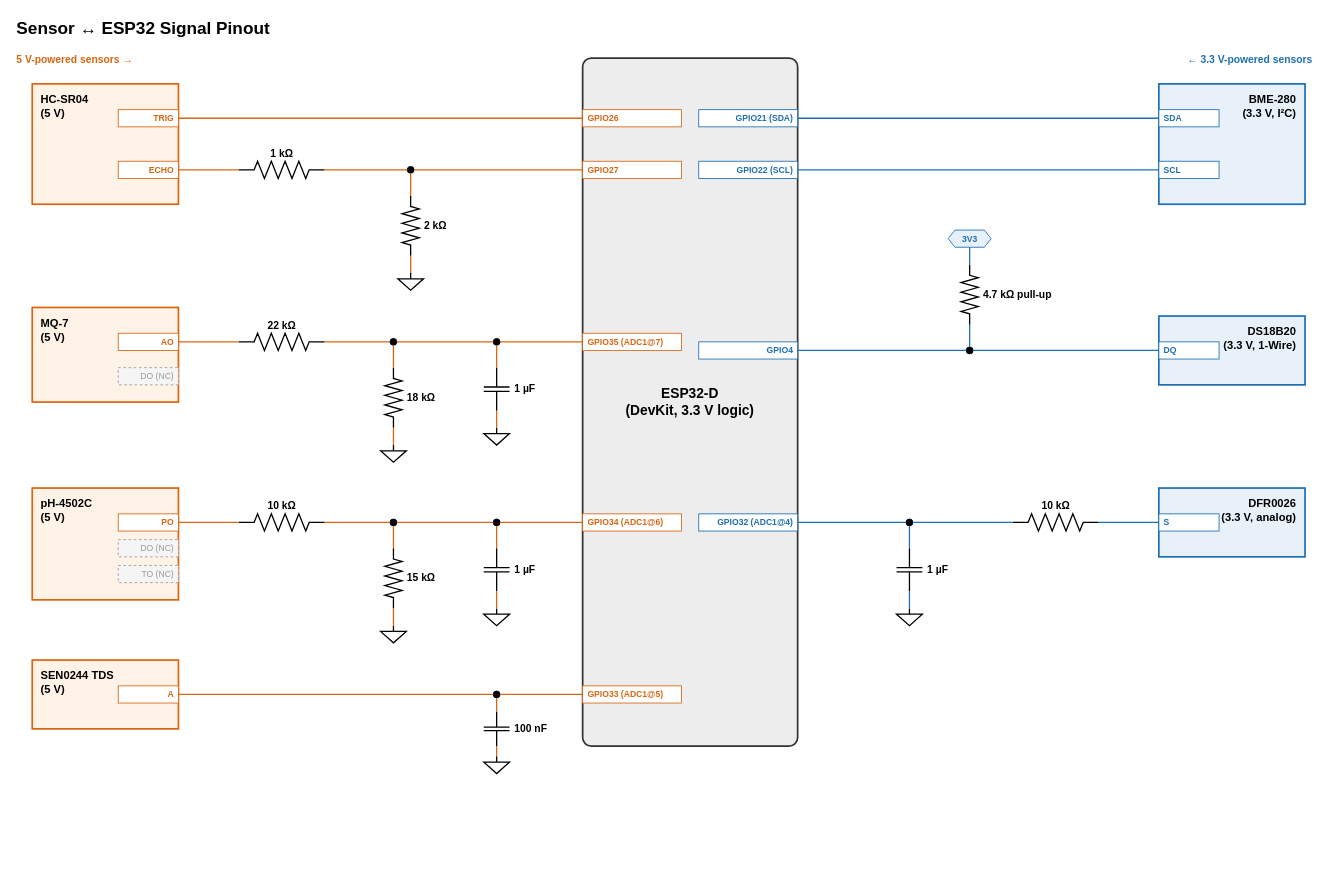
This is page "Sensor & relay pin layout" (1 of 2) of Documentation/Pin Layout.drawio from Zer0-Dayy/Hydroponics-Monitoring-System, a draw.io file, before an edit. Source tidied: cells renumbered, new cells numbered last; positions are measured from the earlier drawing's top-left corner, leaving out a move shared by most shapes. Both pictures are drawn from the tidied source at 86%, with x=0, y=0 at pixel (15, 15).
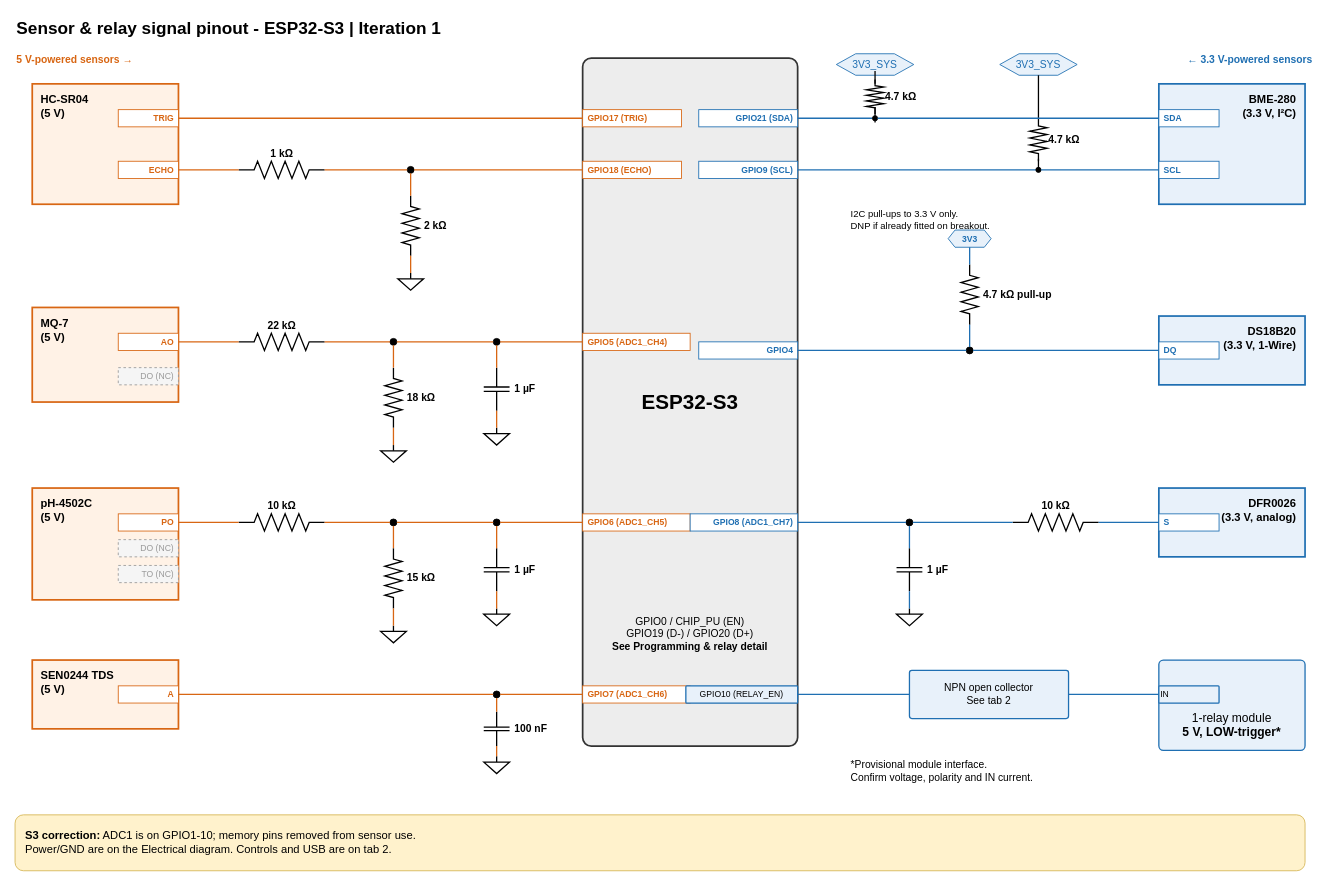
Above is the later version.

Commit message (it also covers changes not shown here):
Removed the old pin layout and eletrical system plan due to upcoming changes.

Unchanged cells that the change refers to:
```xml
<mxCell id="71" value="SDA" style="rounded=0;html=1;fontSize=10;fontStyle=1;fillColor=#FFFFFF;strokeColor=#1F6FB2;fontColor=#1F6FB2;align=left;spacingLeft=4;spacingRight=4;" parent="1" vertex="1">
  <mxGeometry x="1330" y="110" width="70" height="20" as="geometry" />
</mxCell>
<mxCell id="72" value="SCL" style="rounded=0;html=1;fontSize=10;fontStyle=1;fillColor=#FFFFFF;strokeColor=#1F6FB2;fontColor=#1F6FB2;align=left;spacingLeft=4;spacingRight=4;" parent="1" vertex="1">
  <mxGeometry x="1330" y="170" width="70" height="20" as="geometry" />
</mxCell>
<mxCell id="73" value="GPIO21 (SDA)" style="rounded=0;html=1;fontSize=10;fontStyle=1;fillColor=#FFFFFF;strokeColor=#1F6FB2;fontColor=#1F6FB2;align=right;spacingRight=4;" parent="1" vertex="1">
  <mxGeometry x="795" y="110" width="115" height="20" as="geometry" />
</mxCell>
```

Change to the diagram source:
```diff
@@
-    <mxCell id="2" value="Sensor ↔ ESP32 Signal Pinout" style="text;html=1;fontSize=20;fontStyle=1;align=left;verticalAlign=middle;" parent="1" vertex="1">
+    <mxCell id="2" value="Sensor &amp; relay signal pinout - ESP32-S3 | Iteration 1" style="text;html=1;fontSize=20;fontStyle=1;align=left;verticalAlign=middle;" parent="1" vertex="1">
       <mxGeometry width="1500" height="30" as="geometry" />
     </mxCell>
-    <mxCell id="3" value="ESP32-D&lt;br&gt;(DevKit, 3.3 V logic)" style="rounded=1;arcSize=4;html=1;whiteSpace=wrap;fillColor=#EDEDED;strokeColor=#333333;strokeWidth=2;verticalAlign=middle;fontSize=16;fontStyle=1;" parent="1" vertex="1">
+    <mxCell id="3" value="&lt;font style=&quot;font-size: 24px;&quot;&gt;ESP32-S3&lt;/font&gt;" style="rounded=1;arcSize=4;html=1;whiteSpace=wrap;fillColor=#EDEDED;strokeColor=#333333;strokeWidth=2;verticalAlign=middle;fontSize=16;fontStyle=1;" parent="1" vertex="1">
       <mxGeometry x="660" y="50" width="250" height="800" as="geometry" />
     </mxCell>
@@
-    <mxCell id="9" value="GPIO26" style="rounded=0;html=1;fontSize=10;fontStyle=1;fillColor=#FFFFFF;strokeColor=#D86613;fontColor=#D86613;align=left;spacingLeft=4;spacingRight=4;" parent="1" vertex="1">
+    <mxCell id="9" value="GPIO17 (TRIG)" style="rounded=0;html=1;fontSize=10;fontStyle=1;fillColor=#FFFFFF;strokeColor=#D86613;fontColor=#D86613;align=left;spacingLeft=4;spacingRight=4;" parent="1" vertex="1">
       <mxGeometry x="660" y="110" width="115" height="20" as="geometry" />
     </mxCell>
-    <mxCell id="10" value="GPIO27" style="rounded=0;html=1;fontSize=10;fontStyle=1;fillColor=#FFFFFF;strokeColor=#D86613;fontColor=#D86613;align=left;spacingLeft=4;spacingRight=4;" parent="1" vertex="1">
+    <mxCell id="10" value="GPIO18 (ECHO)" style="rounded=0;html=1;fontSize=10;fontStyle=1;fillColor=#FFFFFF;strokeColor=#D86613;fontColor=#D86613;align=left;spacingLeft=4;spacingRight=4;" parent="1" vertex="1">
       <mxGeometry x="660" y="170" width="115" height="20" as="geometry" />
     </mxCell>
@@
-    <mxCell id="24" value="GPIO35 (ADC1@7)" style="rounded=0;html=1;fontSize=10;fontStyle=1;fillColor=#FFFFFF;strokeColor=#D86613;fontColor=#D86613;align=left;spacingLeft=4;spacingRight=4;" parent="1" vertex="1">
-      <mxGeometry x="660" y="370" width="115" height="20" as="geometry" />
+    <mxCell id="24" value="GPIO5 (ADC1_CH4)" style="rounded=0;html=1;fontSize=10;fontStyle=1;fillColor=#FFFFFF;strokeColor=#D86613;fontColor=#D86613;align=left;spacingLeft=4;spacingRight=4;fontSize=10;" parent="1" vertex="1">
+      <mxGeometry x="660" y="370" width="125" height="20" as="geometry" />
     </mxCell>
@@
-    <mxCell id="44" value="GPIO34 (ADC1@6)" style="rounded=0;html=1;fontSize=10;fontStyle=1;fillColor=#FFFFFF;strokeColor=#D86613;fontColor=#D86613;align=left;spacingLeft=4;spacingRight=4;" parent="1" vertex="1">
-      <mxGeometry x="660" y="580" width="115" height="20" as="geometry" />
+    <mxCell id="44" value="GPIO6 (ADC1_CH5)" style="rounded=0;html=1;fontSize=10;fontStyle=1;fillColor=#FFFFFF;strokeColor=#D86613;fontColor=#D86613;align=left;spacingLeft=4;spacingRight=4;fontSize=10;" parent="1" vertex="1">
+      <mxGeometry x="660" y="580" width="125" height="20" as="geometry" />
     </mxCell>
@@
-    <mxCell id="62" value="GPIO33 (ADC1@5)" style="rounded=0;html=1;fontSize=10;fontStyle=1;fillColor=#FFFFFF;strokeColor=#D86613;fontColor=#D86613;align=left;spacingLeft=4;spacingRight=4;" parent="1" vertex="1">
-      <mxGeometry x="660" y="780" width="115" height="20" as="geometry" />
+    <mxCell id="62" value="GPIO7 (ADC1_CH6)" style="rounded=0;html=1;fontSize=10;fontStyle=1;fillColor=#FFFFFF;strokeColor=#D86613;fontColor=#D86613;align=left;spacingLeft=4;spacingRight=4;fontSize=10;" parent="1" vertex="1">
+      <mxGeometry x="660" y="780" width="125" height="20" as="geometry" />
     </mxCell>
@@
-    <mxCell id="74" value="GPIO22 (SCL)" style="rounded=0;html=1;fontSize=10;fontStyle=1;fillColor=#FFFFFF;strokeColor=#1F6FB2;fontColor=#1F6FB2;align=right;spacingRight=4;" parent="1" vertex="1">
+    <mxCell id="74" value="GPIO9 (SCL)" style="rounded=0;html=1;fontSize=10;fontStyle=1;fillColor=#FFFFFF;strokeColor=#1F6FB2;fontColor=#1F6FB2;align=right;spacingRight=4;" parent="1" vertex="1">
       <mxGeometry x="795" y="170" width="115" height="20" as="geometry" />
     </mxCell>
-    <mxCell id="75" style="endArrow=none;html=1;rounded=0;strokeWidth=1.5;strokeColor=#1F6FB2;" parent="1" edge="1" source="73" target="71">
+    <mxCell id="75" style="endArrow=none;html=1;rounded=0;strokeWidth=1.5;strokeColor=#1F6FB2;" parent="1" edge="1" source="73" target="103">
       <mxGeometry relative="1" as="geometry" />
     </mxCell>
-    <mxCell id="76" style="endArrow=none;html=1;rounded=0;strokeWidth=1.5;strokeColor=#1F6FB2;" parent="1" edge="1" source="74" target="72">
+    <mxCell id="76" style="endArrow=none;html=1;rounded=0;strokeWidth=1.5;strokeColor=#1F6FB2;" parent="1" edge="1" source="74" target="108">
       <mxGeometry relative="1" as="geometry" />
     </mxCell>
@@
-    <mxCell id="89" value="GPIO32 (ADC1@4)" style="rounded=0;html=1;fontSize=10;fontStyle=1;fillColor=#FFFFFF;strokeColor=#1F6FB2;fontColor=#1F6FB2;align=right;spacingRight=4;" parent="1" vertex="1">
-      <mxGeometry x="795" y="580" width="115" height="20" as="geometry" />
+    <mxCell id="89" value="GPIO8 (ADC1_CH7)" style="rounded=0;html=1;fontSize=10;fontStyle=1;fillColor=#FFFFFF;strokeColor=#1F6FB2;fontColor=#1F6FB2;align=right;spacingRight=4;fontSize=10;" parent="1" vertex="1">
+      <mxGeometry x="785" y="580" width="125" height="20" as="geometry" />
     </mxCell>
@@
+    <mxCell id="99" value="&lt;b&gt;S3 correction:&lt;/b&gt; ADC1 is on GPIO1-10; memory pins removed from sensor use.&lt;br&gt;Power/GND are on the Electrical diagram. Controls and USB are on tab 2." style="rounded=1;html=1;whiteSpace=wrap;fillColor=#FFF2CC;strokeColor=#D6B656;align=left;verticalAlign=top;spacing=12;fontSize=13;" parent="1" vertex="1">
+      <mxGeometry y="930" width="1500" height="65" as="geometry" />
+    </mxCell>
+    <mxCell id="100" value="GPIO0 / CHIP_PU (EN)&lt;br&gt;GPIO19 (D-) / GPIO20 (D+)&lt;br&gt;&lt;b&gt;See Programming &amp; relay detail&lt;/b&gt;" style="text;html=1;whiteSpace=wrap;align=left;verticalAlign=middle;fontSize=13;align=center;fontSize=12;" parent="1" vertex="1">
+      <mxGeometry x="680" y="685" width="210" height="70" as="geometry" />
+    </mxCell>
+    <mxCell id="101" value="3V3_SYS" style="shape=hexagon;html=1;whiteSpace=wrap;fillColor=#E8F1FA;strokeColor=#1F6FB2;fontColor=#1F6FB2;fontSize=12;" parent="1" vertex="1">
+      <mxGeometry x="955" y="45" width="90" height="25" as="geometry" />
+    </mxCell>
+    <mxCell id="102" value="4.7 kΩ" style="html=1;shape=mxgraph.electrical.resistors.resistor_2;strokeWidth=1.5;verticalLabelPosition=top;verticalAlign=bottom;fontStyle=1;fontSize=12;direction=south;labelPosition=right;verticalLabelPosition=middle;align=left;verticalAlign=middle;" parent="1" vertex="1">
+      <mxGeometry x="990" y="75" width="20" height="40" as="geometry" />
+    </mxCell>
+    <mxCell id="103" style="ellipse;fillColor=#000000;strokeColor=#000000;" parent="1" vertex="1">
+      <mxGeometry x="997" y="117" width="6" height="6" as="geometry" />
+    </mxCell>
+    <mxCell id="104" style="endArrow=none;html=1;rounded=0;strokeWidth=1.5;edgeStyle=orthogonalEdgeStyle;" parent="1" edge="1" source="101" target="102">
+      <mxGeometry relative="1" as="geometry" />
+    </mxCell>
+    <mxCell id="105" style="endArrow=none;html=1;rounded=0;strokeWidth=1.5;edgeStyle=orthogonalEdgeStyle;" parent="1" edge="1" source="102" target="103">
+      <mxGeometry relative="1" as="geometry" />
+    </mxCell>
+    <mxCell id="106" value="3V3_SYS" style="shape=hexagon;html=1;whiteSpace=wrap;fillColor=#E8F1FA;strokeColor=#1F6FB2;fontColor=#1F6FB2;fontSize=12;" parent="1" vertex="1">
+      <mxGeometry x="1145" y="45" width="90" height="25" as="geometry" />
+    </mxCell>
+    <mxCell id="107" value="4.7 kΩ" style="html=1;shape=mxgraph.electrical.resistors.resistor_2;strokeWidth=1.5;verticalLabelPosition=top;verticalAlign=bottom;fontStyle=1;fontSize=12;direction=south;labelPosition=right;verticalLabelPosition=middle;align=left;verticalAlign=middle;" parent="1" vertex="1">
+      <mxGeometry x="1180" y="120" width="20" height="50" as="geometry" />
+    </mxCell>
+    <mxCell id="108" style="ellipse;fillColor=#000000;strokeColor=#000000;" parent="1" vertex="1">
+      <mxGeometry x="1187" y="177" width="6" height="6" as="geometry" />
+    </mxCell>
+    <mxCell id="109" style="endArrow=none;html=1;rounded=0;strokeWidth=1.5;edgeStyle=orthogonalEdgeStyle;" parent="1" edge="1" source="106" target="107">
+      <mxGeometry relative="1" as="geometry" />
+    </mxCell>
+    <mxCell id="110" style="endArrow=none;html=1;rounded=0;strokeWidth=1.5;edgeStyle=orthogonalEdgeStyle;" parent="1" edge="1" source="107" target="108">
+      <mxGeometry relative="1" as="geometry" />
+    </mxCell>
+    <mxCell id="111" value="I2C pull-ups to 3.3 V only.&lt;br&gt;DNP if already fitted on breakout." style="text;html=1;whiteSpace=wrap;align=left;verticalAlign=middle;fontSize=13;fontSize=11;" parent="1" vertex="1">
+      <mxGeometry x="970" y="215" width="300" height="45" as="geometry" />
+    </mxCell>
+    <mxCell id="112" style="endArrow=none;html=1;rounded=0;strokeWidth=1.5;edgeStyle=orthogonalEdgeStyle;strokeColor=#1F6FB2;" parent="1" edge="1" source="103" target="71">
+      <mxGeometry relative="1" as="geometry" />
+    </mxCell>
+    <mxCell id="113" style="endArrow=none;html=1;rounded=0;strokeWidth=1.5;edgeStyle=orthogonalEdgeStyle;strokeColor=#1F6FB2;" parent="1" edge="1" source="108" target="72">
+      <mxGeometry relative="1" as="geometry" />
+    </mxCell>
+    <mxCell id="114" value="1-relay module&lt;br&gt;&lt;b&gt;5 V, LOW-trigger*&lt;/b&gt;" style="rounded=1;arcSize=5;html=1;whiteSpace=wrap;fillColor=#E8F1FA;strokeColor=#1F6FB2;strokeWidth=1.5;fontSize=14;verticalAlign=bottom;spacingBottom=10;" parent="1" vertex="1">
+      <mxGeometry x="1330" y="750" width="170" height="105" as="geometry" />
+    </mxCell>
+    <mxCell id="115" value="IN" style="rounded=1;arcSize=5;html=1;whiteSpace=wrap;fillColor=#E8F1FA;strokeColor=#1F6FB2;strokeWidth=1.5;fontSize=14;align=left;fontSize=10;" parent="1" vertex="1">
+      <mxGeometry x="1330" y="780" width="70" height="20" as="geometry" />
+    </mxCell>
+    <mxCell id="116" value="GPIO10 (RELAY_EN)" style="rounded=1;arcSize=5;html=1;whiteSpace=wrap;fillColor=#E8F1FA;strokeColor=#1F6FB2;strokeWidth=1.5;fontSize=14;fontSize=10;" parent="1" vertex="1">
+      <mxGeometry x="780" y="780" width="130" height="20" as="geometry" />
+    </mxCell>
+    <mxCell id="117" value="NPN open collector&lt;br&gt;See tab 2" style="rounded=1;arcSize=5;html=1;whiteSpace=wrap;fillColor=#E8F1FA;strokeColor=#1F6FB2;strokeWidth=1.5;fontSize=14;fontSize=12;" parent="1" vertex="1">
+      <mxGeometry x="1040" y="762" width="185" height="56" as="geometry" />
+    </mxCell>
+    <mxCell id="118" style="endArrow=none;html=1;rounded=0;strokeWidth=1.5;edgeStyle=orthogonalEdgeStyle;strokeColor=#1F6FB2;" parent="1" edge="1" source="116" target="117">
+      <mxGeometry relative="1" as="geometry" />
+    </mxCell>
+    <mxCell id="119" style="endArrow=none;html=1;rounded=0;strokeWidth=1.5;edgeStyle=orthogonalEdgeStyle;strokeColor=#1F6FB2;" parent="1" edge="1" source="117" target="115">
+      <mxGeometry relative="1" as="geometry" />
+    </mxCell>
+    <mxCell id="120" value="*Provisional module interface.&lt;br&gt;Confirm voltage, polarity and IN current." style="text;html=1;whiteSpace=wrap;align=left;verticalAlign=middle;fontSize=13;fontSize=12;" parent="1" vertex="1">
+      <mxGeometry x="970" y="855" width="530" height="48" as="geometry" />
+    </mxCell>
```
